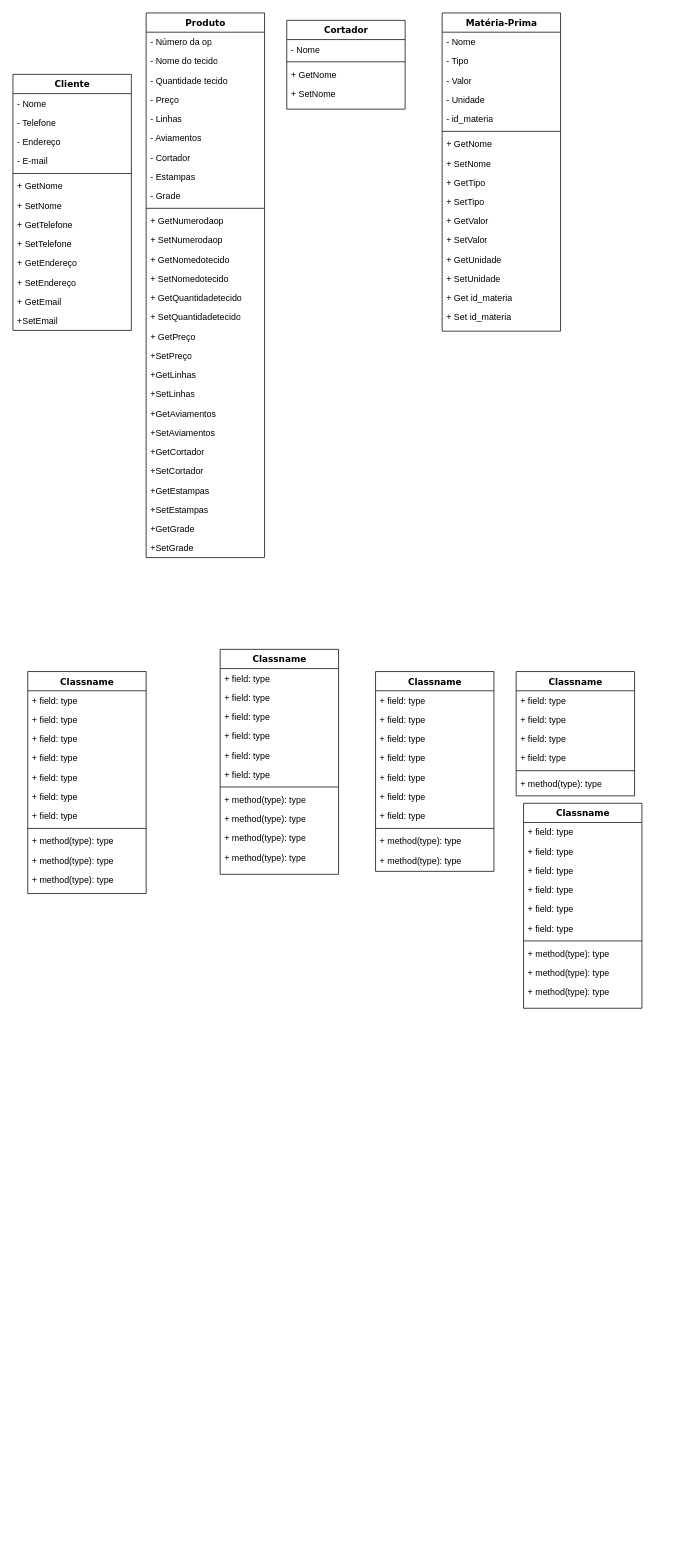
Earlier version of the draw.io diagram Diagramadeclasse.drawio (kmarmc/Doc). Source tidied: cells renumbered, new cells numbered last; positions are measured from the earlier drawing's top-left corner, leaving out a move shared by most shapes. Both pictures are drawn from the tidied source at 74%, with x=0, y=0 at pixel (13, 13).
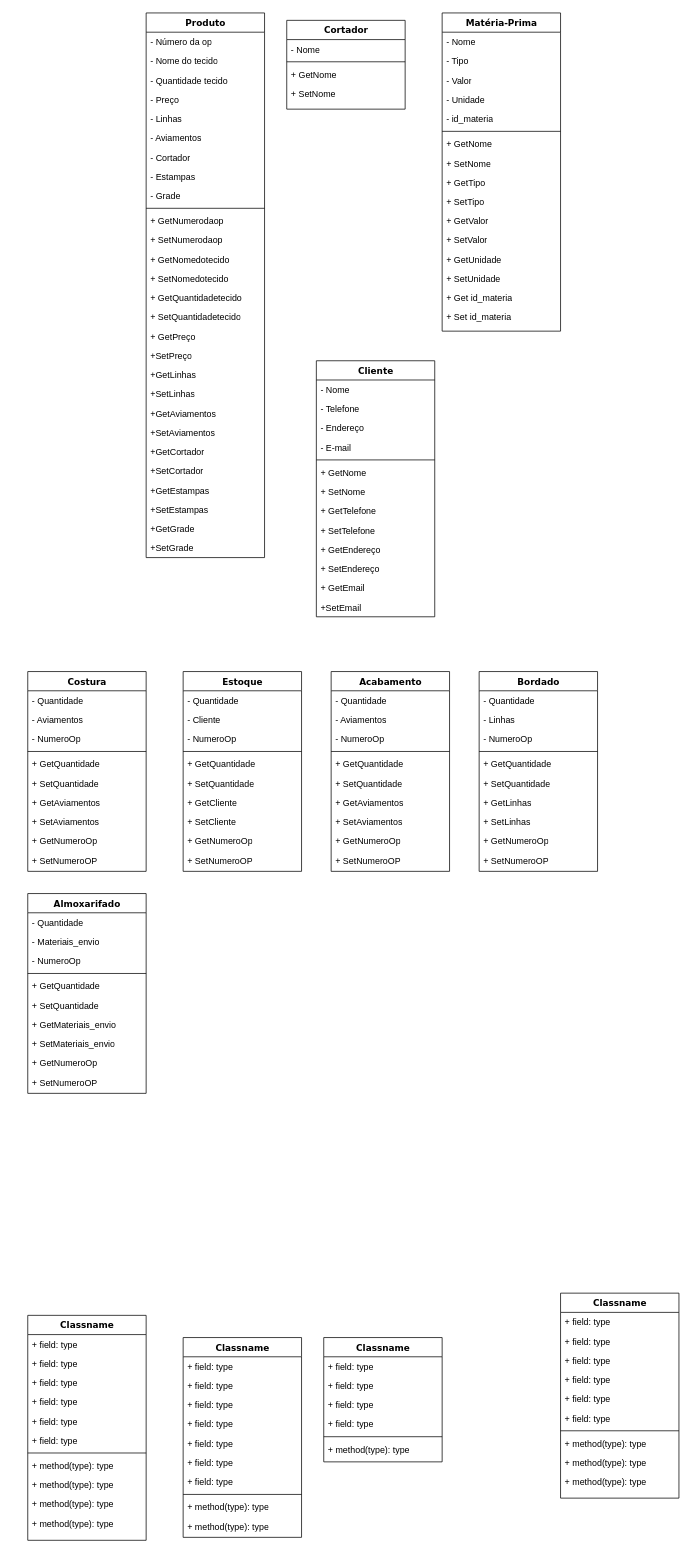
After the change.

Diff of the diagram source:
```diff
@@
     <mxCell id="2" value="Cliente" style="swimlane;html=1;fontStyle=1;align=center;verticalAlign=top;horizontal=1;startSize=26;swimlaneFillColor=#ffffff;rounded=0;shadow=0;comic=0;labelBackgroundColor=none;strokeWidth=1;fillColor=none;fontFamily=Verdana;fontSize=12;" parent="1" vertex="1">
-      <mxGeometry y="83" width="160" height="346" as="geometry" />
+      <mxGeometry x="410" y="470" width="160" height="346" as="geometry" />
     </mxCell>
@@
     <mxCell id="16" value="Classname" style="swimlane;html=1;fontStyle=1;align=center;verticalAlign=top;horizontal=1;startSize=26;swimlaneFillColor=#ffffff;rounded=0;shadow=0;comic=0;labelBackgroundColor=none;strokeWidth=1;fillColor=none;fontFamily=Verdana;fontSize=12;" parent="1" vertex="1">
-      <mxGeometry x="690" y="1068" width="160" height="277" as="geometry" />
+      <mxGeometry x="740" y="1730" width="160" height="277" as="geometry" />
     </mxCell>
@@
-    <mxCell id="44" value="Classname" style="swimlane;html=1;fontStyle=1;align=center;verticalAlign=top;horizontal=1;startSize=26;swimlaneFillColor=#ffffff;rounded=0;shadow=0;comic=0;labelBackgroundColor=none;strokeWidth=1;fillColor=none;fontFamily=Verdana;fontSize=12;" parent="1" vertex="1">
-      <mxGeometry x="20" y="890" width="160" height="300" as="geometry" />
+    <mxCell id="44" value="Costura" style="swimlane;html=1;fontStyle=1;align=center;verticalAlign=top;horizontal=1;startSize=26;swimlaneFillColor=#ffffff;rounded=0;shadow=0;comic=0;labelBackgroundColor=none;strokeWidth=1;fillColor=none;fontFamily=Verdana;fontSize=12;" parent="1" vertex="1">
+      <mxGeometry x="20" y="890" width="160" height="270" as="geometry" />
     </mxCell>
-    <mxCell id="45" value="+ field: type" style="text;html=1;strokeColor=none;fillColor=none;align=left;verticalAlign=top;spacingLeft=4;spacingRight=4;whiteSpace=wrap;overflow=hidden;" parent="44" vertex="1">
+    <mxCell id="45" value="- Quantidade" style="text;html=1;strokeColor=none;fillColor=none;align=left;verticalAlign=top;spacingLeft=4;spacingRight=4;whiteSpace=wrap;overflow=hidden;" parent="44" vertex="1">
       <mxGeometry y="26" width="160" height="26" as="geometry" />
     </mxCell>
-    <mxCell id="46" value="+ field: type" style="text;html=1;strokeColor=none;fillColor=none;align=left;verticalAlign=top;spacingLeft=4;spacingRight=4;whiteSpace=wrap;overflow=hidden;" parent="44" vertex="1">
+    <mxCell id="46" value="- Aviamentos" style="text;html=1;strokeColor=none;fillColor=none;align=left;verticalAlign=top;spacingLeft=4;spacingRight=4;whiteSpace=wrap;overflow=hidden;" parent="44" vertex="1">
       <mxGeometry y="52" width="160" height="26" as="geometry" />
     </mxCell>
-    <mxCell id="47" value="+ field: type" style="text;html=1;strokeColor=none;fillColor=none;align=left;verticalAlign=top;spacingLeft=4;spacingRight=4;whiteSpace=wrap;overflow=hidden;" parent="44" vertex="1">
+    <mxCell id="47" value="- NumeroOp" style="text;html=1;strokeColor=none;fillColor=none;align=left;verticalAlign=top;spacingLeft=4;spacingRight=4;whiteSpace=wrap;overflow=hidden;" parent="44" vertex="1">
       <mxGeometry y="78" width="160" height="26" as="geometry" />
     </mxCell>
-    <mxCell id="48" value="+ field: type" style="text;html=1;strokeColor=none;fillColor=none;align=left;verticalAlign=top;spacingLeft=4;spacingRight=4;whiteSpace=wrap;overflow=hidden;" parent="44" vertex="1">
-      <mxGeometry y="104" width="160" height="26" as="geometry" />
-    </mxCell>
-    <mxCell id="49" value="+ field: type" style="text;html=1;strokeColor=none;fillColor=none;align=left;verticalAlign=top;spacingLeft=4;spacingRight=4;whiteSpace=wrap;overflow=hidden;" parent="44" vertex="1">
-      <mxGeometry y="130" width="160" height="26" as="geometry" />
-    </mxCell>
-    <mxCell id="50" value="+ field: type" style="text;html=1;strokeColor=none;fillColor=none;align=left;verticalAlign=top;spacingLeft=4;spacingRight=4;whiteSpace=wrap;overflow=hidden;" parent="44" vertex="1">
-      <mxGeometry y="156" width="160" height="26" as="geometry" />
-    </mxCell>
-    <mxCell id="51" value="+ field: type" style="text;html=1;strokeColor=none;fillColor=none;align=left;verticalAlign=top;spacingLeft=4;spacingRight=4;whiteSpace=wrap;overflow=hidden;" parent="44" vertex="1">
-      <mxGeometry y="182" width="160" height="26" as="geometry" />
-    </mxCell>
     <mxCell id="52" style="line;html=1;strokeWidth=1;fillColor=none;align=left;verticalAlign=middle;spacingTop=-1;spacingLeft=3;spacingRight=3;labelPosition=right;" parent="44" vertex="1">
-      <mxGeometry y="208" width="160" height="8" as="geometry" />
+      <mxGeometry y="104" width="160" height="8" as="geometry" />
     </mxCell>
-    <mxCell id="53" value="+ method(type): type" style="text;html=1;strokeColor=none;fillColor=none;align=left;verticalAlign=top;spacingLeft=4;spacingRight=4;whiteSpace=wrap;overflow=hidden;" parent="44" vertex="1">
-      <mxGeometry y="216" width="160" height="26" as="geometry" />
+    <mxCell id="53" value="+ GetQuantidade" style="text;html=1;strokeColor=none;fillColor=none;align=left;verticalAlign=top;spacingLeft=4;spacingRight=4;whiteSpace=wrap;overflow=hidden;" parent="44" vertex="1">
+      <mxGeometry y="112" width="160" height="26" as="geometry" />
     </mxCell>
-    <mxCell id="54" value="+ method(type): type" style="text;html=1;strokeColor=none;fillColor=none;align=left;verticalAlign=top;spacingLeft=4;spacingRight=4;whiteSpace=wrap;overflow=hidden;" parent="44" vertex="1">
-      <mxGeometry y="242" width="160" height="26" as="geometry" />
+    <mxCell id="54" value="+ SetQuantidade" style="text;html=1;strokeColor=none;fillColor=none;align=left;verticalAlign=top;spacingLeft=4;spacingRight=4;whiteSpace=wrap;overflow=hidden;" parent="44" vertex="1">
+      <mxGeometry y="138" width="160" height="26" as="geometry" />
     </mxCell>
+    <mxCell id="50" value="+ GetAviamentos" style="text;html=1;strokeColor=none;fillColor=none;align=left;verticalAlign=top;spacingLeft=4;spacingRight=4;whiteSpace=wrap;overflow=hidden;" parent="44" vertex="1">
+      <mxGeometry y="164" width="160" height="26" as="geometry" />
+    </mxCell>
+    <mxCell id="49" value="+ SetAviamentos" style="text;html=1;strokeColor=none;fillColor=none;align=left;verticalAlign=top;spacingLeft=4;spacingRight=4;whiteSpace=wrap;overflow=hidden;" parent="44" vertex="1">
+      <mxGeometry y="190" width="160" height="26" as="geometry" />
+    </mxCell>
+    <mxCell id="48" value="+ GetNumeroOp" style="text;html=1;strokeColor=none;fillColor=none;align=left;verticalAlign=top;spacingLeft=4;spacingRight=4;whiteSpace=wrap;overflow=hidden;" parent="44" vertex="1">
+      <mxGeometry y="216" width="160" height="26" as="geometry" />
+    </mxCell>
-    <mxCell id="55" value="+ method(type): type" style="text;html=1;strokeColor=none;fillColor=none;align=left;verticalAlign=top;spacingLeft=4;spacingRight=4;whiteSpace=wrap;overflow=hidden;" parent="44" vertex="1">
-      <mxGeometry y="268" width="160" height="26" as="geometry" />
+    <mxCell id="55" value="+ SetNumeroOP" style="text;html=1;strokeColor=none;fillColor=none;align=left;verticalAlign=top;spacingLeft=4;spacingRight=4;whiteSpace=wrap;overflow=hidden;" parent="44" vertex="1">
+      <mxGeometry y="242" width="160" height="26" as="geometry" />
     </mxCell>
     <mxCell id="56" value="Classname" style="swimlane;html=1;fontStyle=1;align=center;verticalAlign=top;horizontal=1;startSize=26;swimlaneFillColor=#ffffff;rounded=0;shadow=0;comic=0;labelBackgroundColor=none;strokeWidth=1;fillColor=none;fontFamily=Verdana;fontSize=12;" parent="1" vertex="1">
-      <mxGeometry x="280" y="860" width="160" height="304" as="geometry" />
+      <mxGeometry x="20" y="1760" width="160" height="304" as="geometry" />
     </mxCell>
@@
     <mxCell id="68" value="Classname" style="swimlane;html=1;fontStyle=1;align=center;verticalAlign=top;horizontal=1;startSize=26;swimlaneFillColor=#ffffff;rounded=0;shadow=0;comic=0;labelBackgroundColor=none;strokeWidth=1;fillColor=none;fontFamily=Verdana;fontSize=12;" parent="1" vertex="1">
-      <mxGeometry x="490" y="890" width="160" height="270" as="geometry" />
+      <mxGeometry x="230" y="1790" width="160" height="270" as="geometry" />
     </mxCell>
@@
     <mxCell id="79" value="Classname" style="swimlane;html=1;fontStyle=1;align=center;verticalAlign=top;horizontal=1;startSize=26;swimlaneFillColor=#ffffff;rounded=0;shadow=0;comic=0;labelBackgroundColor=none;strokeWidth=1;fillColor=none;fontFamily=Verdana;fontSize=12;" parent="1" vertex="1">
-      <mxGeometry x="680" y="890" width="160" height="168" as="geometry" />
+      <mxGeometry x="420" y="1790" width="160" height="168" as="geometry" />
     </mxCell>
@@
+    <mxCell id="120" value="Estoque" style="swimlane;html=1;fontStyle=1;align=center;verticalAlign=top;horizontal=1;startSize=26;swimlaneFillColor=#ffffff;rounded=0;shadow=0;comic=0;labelBackgroundColor=none;strokeWidth=1;fillColor=none;fontFamily=Verdana;fontSize=12;" parent="1" vertex="1">
+      <mxGeometry x="230" y="890" width="160" height="270" as="geometry" />
+    </mxCell>
+    <mxCell id="121" value="- Quantidade" style="text;html=1;strokeColor=none;fillColor=none;align=left;verticalAlign=top;spacingLeft=4;spacingRight=4;whiteSpace=wrap;overflow=hidden;" parent="120" vertex="1">
+      <mxGeometry y="26" width="160" height="26" as="geometry" />
+    </mxCell>
+    <mxCell id="122" value="- Cliente" style="text;html=1;strokeColor=none;fillColor=none;align=left;verticalAlign=top;spacingLeft=4;spacingRight=4;whiteSpace=wrap;overflow=hidden;" parent="120" vertex="1">
+      <mxGeometry y="52" width="160" height="26" as="geometry" />
+    </mxCell>
+    <mxCell id="123" value="- NumeroOp" style="text;html=1;strokeColor=none;fillColor=none;align=left;verticalAlign=top;spacingLeft=4;spacingRight=4;whiteSpace=wrap;overflow=hidden;" parent="120" vertex="1">
+      <mxGeometry y="78" width="160" height="26" as="geometry" />
+    </mxCell>
+    <mxCell id="124" style="line;html=1;strokeWidth=1;fillColor=none;align=left;verticalAlign=middle;spacingTop=-1;spacingLeft=3;spacingRight=3;labelPosition=right;" parent="120" vertex="1">
+      <mxGeometry y="104" width="160" height="8" as="geometry" />
+    </mxCell>
+    <mxCell id="125" value="+ GetQuantidade" style="text;html=1;strokeColor=none;fillColor=none;align=left;verticalAlign=top;spacingLeft=4;spacingRight=4;whiteSpace=wrap;overflow=hidden;" parent="120" vertex="1">
+      <mxGeometry y="112" width="160" height="26" as="geometry" />
+    </mxCell>
+    <mxCell id="126" value="+ SetQuantidade" style="text;html=1;strokeColor=none;fillColor=none;align=left;verticalAlign=top;spacingLeft=4;spacingRight=4;whiteSpace=wrap;overflow=hidden;" parent="120" vertex="1">
+      <mxGeometry y="138" width="160" height="26" as="geometry" />
+    </mxCell>
+    <mxCell id="127" value="+ GetCliente" style="text;html=1;strokeColor=none;fillColor=none;align=left;verticalAlign=top;spacingLeft=4;spacingRight=4;whiteSpace=wrap;overflow=hidden;" parent="120" vertex="1">
+      <mxGeometry y="164" width="160" height="26" as="geometry" />
+    </mxCell>
+    <mxCell id="128" value="+ SetCliente" style="text;html=1;strokeColor=none;fillColor=none;align=left;verticalAlign=top;spacingLeft=4;spacingRight=4;whiteSpace=wrap;overflow=hidden;" parent="120" vertex="1">
+      <mxGeometry y="190" width="160" height="26" as="geometry" />
+    </mxCell>
+    <mxCell id="129" value="+ GetNumeroOp" style="text;html=1;strokeColor=none;fillColor=none;align=left;verticalAlign=top;spacingLeft=4;spacingRight=4;whiteSpace=wrap;overflow=hidden;" parent="120" vertex="1">
+      <mxGeometry y="216" width="160" height="26" as="geometry" />
+    </mxCell>
+    <mxCell id="130" value="+ SetNumeroOP" style="text;html=1;strokeColor=none;fillColor=none;align=left;verticalAlign=top;spacingLeft=4;spacingRight=4;whiteSpace=wrap;overflow=hidden;" parent="120" vertex="1">
+      <mxGeometry y="242" width="160" height="26" as="geometry" />
+    </mxCell>
+    <mxCell id="131" value="Acabamento" style="swimlane;html=1;fontStyle=1;align=center;verticalAlign=top;horizontal=1;startSize=26;swimlaneFillColor=#ffffff;rounded=0;shadow=0;comic=0;labelBackgroundColor=none;strokeWidth=1;fillColor=none;fontFamily=Verdana;fontSize=12;" parent="1" vertex="1">
+      <mxGeometry x="430" y="890" width="160" height="270" as="geometry" />
+    </mxCell>
+    <mxCell id="132" value="- Quantidade" style="text;html=1;strokeColor=none;fillColor=none;align=left;verticalAlign=top;spacingLeft=4;spacingRight=4;whiteSpace=wrap;overflow=hidden;" parent="131" vertex="1">
+      <mxGeometry y="26" width="160" height="26" as="geometry" />
+    </mxCell>
+    <mxCell id="133" value="- Aviamentos" style="text;html=1;strokeColor=none;fillColor=none;align=left;verticalAlign=top;spacingLeft=4;spacingRight=4;whiteSpace=wrap;overflow=hidden;" parent="131" vertex="1">
+      <mxGeometry y="52" width="160" height="26" as="geometry" />
+    </mxCell>
+    <mxCell id="134" value="- NumeroOp" style="text;html=1;strokeColor=none;fillColor=none;align=left;verticalAlign=top;spacingLeft=4;spacingRight=4;whiteSpace=wrap;overflow=hidden;" parent="131" vertex="1">
+      <mxGeometry y="78" width="160" height="26" as="geometry" />
+    </mxCell>
+    <mxCell id="135" style="line;html=1;strokeWidth=1;fillColor=none;align=left;verticalAlign=middle;spacingTop=-1;spacingLeft=3;spacingRight=3;labelPosition=right;" parent="131" vertex="1">
+      <mxGeometry y="104" width="160" height="8" as="geometry" />
+    </mxCell>
+    <mxCell id="136" value="+ GetQuantidade" style="text;html=1;strokeColor=none;fillColor=none;align=left;verticalAlign=top;spacingLeft=4;spacingRight=4;whiteSpace=wrap;overflow=hidden;" parent="131" vertex="1">
+      <mxGeometry y="112" width="160" height="26" as="geometry" />
+    </mxCell>
+    <mxCell id="137" value="+ SetQuantidade" style="text;html=1;strokeColor=none;fillColor=none;align=left;verticalAlign=top;spacingLeft=4;spacingRight=4;whiteSpace=wrap;overflow=hidden;" parent="131" vertex="1">
+      <mxGeometry y="138" width="160" height="26" as="geometry" />
+    </mxCell>
+    <mxCell id="138" value="+ GetAviamentos" style="text;html=1;strokeColor=none;fillColor=none;align=left;verticalAlign=top;spacingLeft=4;spacingRight=4;whiteSpace=wrap;overflow=hidden;" parent="131" vertex="1">
+      <mxGeometry y="164" width="160" height="26" as="geometry" />
+    </mxCell>
+    <mxCell id="139" value="+ SetAviamentos" style="text;html=1;strokeColor=none;fillColor=none;align=left;verticalAlign=top;spacingLeft=4;spacingRight=4;whiteSpace=wrap;overflow=hidden;" parent="131" vertex="1">
+      <mxGeometry y="190" width="160" height="26" as="geometry" />
+    </mxCell>
+    <mxCell id="140" value="+ GetNumeroOp" style="text;html=1;strokeColor=none;fillColor=none;align=left;verticalAlign=top;spacingLeft=4;spacingRight=4;whiteSpace=wrap;overflow=hidden;" parent="131" vertex="1">
+      <mxGeometry y="216" width="160" height="26" as="geometry" />
+    </mxCell>
+    <mxCell id="141" value="+ SetNumeroOP" style="text;html=1;strokeColor=none;fillColor=none;align=left;verticalAlign=top;spacingLeft=4;spacingRight=4;whiteSpace=wrap;overflow=hidden;" parent="131" vertex="1">
+      <mxGeometry y="242" width="160" height="26" as="geometry" />
+    </mxCell>
+    <mxCell id="142" value="Bordado" style="swimlane;html=1;fontStyle=1;align=center;verticalAlign=top;horizontal=1;startSize=26;swimlaneFillColor=#ffffff;rounded=0;shadow=0;comic=0;labelBackgroundColor=none;strokeWidth=1;fillColor=none;fontFamily=Verdana;fontSize=12;" parent="1" vertex="1">
+      <mxGeometry x="630" y="890" width="160" height="270" as="geometry" />
+    </mxCell>
+    <mxCell id="143" value="- Quantidade" style="text;html=1;strokeColor=none;fillColor=none;align=left;verticalAlign=top;spacingLeft=4;spacingRight=4;whiteSpace=wrap;overflow=hidden;" parent="142" vertex="1">
+      <mxGeometry y="26" width="160" height="26" as="geometry" />
+    </mxCell>
+    <mxCell id="144" value="- Linhas" style="text;html=1;strokeColor=none;fillColor=none;align=left;verticalAlign=top;spacingLeft=4;spacingRight=4;whiteSpace=wrap;overflow=hidden;" parent="142" vertex="1">
+      <mxGeometry y="52" width="160" height="26" as="geometry" />
+    </mxCell>
+    <mxCell id="145" value="- NumeroOp" style="text;html=1;strokeColor=none;fillColor=none;align=left;verticalAlign=top;spacingLeft=4;spacingRight=4;whiteSpace=wrap;overflow=hidden;" parent="142" vertex="1">
+      <mxGeometry y="78" width="160" height="26" as="geometry" />
+    </mxCell>
+    <mxCell id="146" style="line;html=1;strokeWidth=1;fillColor=none;align=left;verticalAlign=middle;spacingTop=-1;spacingLeft=3;spacingRight=3;labelPosition=right;" parent="142" vertex="1">
+      <mxGeometry y="104" width="160" height="8" as="geometry" />
+    </mxCell>
+    <mxCell id="147" value="+ GetQuantidade" style="text;html=1;strokeColor=none;fillColor=none;align=left;verticalAlign=top;spacingLeft=4;spacingRight=4;whiteSpace=wrap;overflow=hidden;" parent="142" vertex="1">
+      <mxGeometry y="112" width="160" height="26" as="geometry" />
+    </mxCell>
+    <mxCell id="148" value="+ SetQuantidade" style="text;html=1;strokeColor=none;fillColor=none;align=left;verticalAlign=top;spacingLeft=4;spacingRight=4;whiteSpace=wrap;overflow=hidden;" parent="142" vertex="1">
+      <mxGeometry y="138" width="160" height="26" as="geometry" />
+    </mxCell>
+    <mxCell id="149" value="+ GetLinhas" style="text;html=1;strokeColor=none;fillColor=none;align=left;verticalAlign=top;spacingLeft=4;spacingRight=4;whiteSpace=wrap;overflow=hidden;" parent="142" vertex="1">
+      <mxGeometry y="164" width="160" height="26" as="geometry" />
+    </mxCell>
+    <mxCell id="150" value="+ SetLinhas" style="text;html=1;strokeColor=none;fillColor=none;align=left;verticalAlign=top;spacingLeft=4;spacingRight=4;whiteSpace=wrap;overflow=hidden;" parent="142" vertex="1">
+      <mxGeometry y="190" width="160" height="26" as="geometry" />
+    </mxCell>
+    <mxCell id="151" value="+ GetNumeroOp" style="text;html=1;strokeColor=none;fillColor=none;align=left;verticalAlign=top;spacingLeft=4;spacingRight=4;whiteSpace=wrap;overflow=hidden;" parent="142" vertex="1">
+      <mxGeometry y="216" width="160" height="26" as="geometry" />
+    </mxCell>
+    <mxCell id="152" value="+ SetNumeroOP" style="text;html=1;strokeColor=none;fillColor=none;align=left;verticalAlign=top;spacingLeft=4;spacingRight=4;whiteSpace=wrap;overflow=hidden;" parent="142" vertex="1">
+      <mxGeometry y="242" width="160" height="26" as="geometry" />
+    </mxCell>
+    <mxCell id="153" value="Almoxarifado" style="swimlane;html=1;fontStyle=1;align=center;verticalAlign=top;horizontal=1;startSize=26;swimlaneFillColor=#ffffff;rounded=0;shadow=0;comic=0;labelBackgroundColor=none;strokeWidth=1;fillColor=none;fontFamily=Verdana;fontSize=12;" parent="1" vertex="1">
+      <mxGeometry x="20" y="1190" width="160" height="270" as="geometry" />
+    </mxCell>
+    <mxCell id="154" value="- Quantidade" style="text;html=1;strokeColor=none;fillColor=none;align=left;verticalAlign=top;spacingLeft=4;spacingRight=4;whiteSpace=wrap;overflow=hidden;" parent="153" vertex="1">
+      <mxGeometry y="26" width="160" height="26" as="geometry" />
+    </mxCell>
+    <mxCell id="155" value="- Materiais_envio" style="text;html=1;strokeColor=none;fillColor=none;align=left;verticalAlign=top;spacingLeft=4;spacingRight=4;whiteSpace=wrap;overflow=hidden;" parent="153" vertex="1">
+      <mxGeometry y="52" width="160" height="26" as="geometry" />
+    </mxCell>
+    <mxCell id="156" value="- NumeroOp" style="text;html=1;strokeColor=none;fillColor=none;align=left;verticalAlign=top;spacingLeft=4;spacingRight=4;whiteSpace=wrap;overflow=hidden;" parent="153" vertex="1">
+      <mxGeometry y="78" width="160" height="26" as="geometry" />
+    </mxCell>
+    <mxCell id="157" style="line;html=1;strokeWidth=1;fillColor=none;align=left;verticalAlign=middle;spacingTop=-1;spacingLeft=3;spacingRight=3;labelPosition=right;" parent="153" vertex="1">
+      <mxGeometry y="104" width="160" height="8" as="geometry" />
+    </mxCell>
+    <mxCell id="158" value="+ GetQuantidade" style="text;html=1;strokeColor=none;fillColor=none;align=left;verticalAlign=top;spacingLeft=4;spacingRight=4;whiteSpace=wrap;overflow=hidden;" parent="153" vertex="1">
+      <mxGeometry y="112" width="160" height="26" as="geometry" />
+    </mxCell>
+    <mxCell id="159" value="+ SetQuantidade" style="text;html=1;strokeColor=none;fillColor=none;align=left;verticalAlign=top;spacingLeft=4;spacingRight=4;whiteSpace=wrap;overflow=hidden;" parent="153" vertex="1">
+      <mxGeometry y="138" width="160" height="26" as="geometry" />
+    </mxCell>
+    <mxCell id="160" value="+ GetMateriais_envio" style="text;html=1;strokeColor=none;fillColor=none;align=left;verticalAlign=top;spacingLeft=4;spacingRight=4;whiteSpace=wrap;overflow=hidden;" parent="153" vertex="1">
+      <mxGeometry y="164" width="160" height="26" as="geometry" />
+    </mxCell>
+    <mxCell id="161" value="+ SetMateriais_envio" style="text;html=1;strokeColor=none;fillColor=none;align=left;verticalAlign=top;spacingLeft=4;spacingRight=4;whiteSpace=wrap;overflow=hidden;" parent="153" vertex="1">
+      <mxGeometry y="190" width="160" height="26" as="geometry" />
+    </mxCell>
+    <mxCell id="162" value="+ GetNumeroOp" style="text;html=1;strokeColor=none;fillColor=none;align=left;verticalAlign=top;spacingLeft=4;spacingRight=4;whiteSpace=wrap;overflow=hidden;" parent="153" vertex="1">
+      <mxGeometry y="216" width="160" height="26" as="geometry" />
+    </mxCell>
+    <mxCell id="163" value="+ SetNumeroOP" style="text;html=1;strokeColor=none;fillColor=none;align=left;verticalAlign=top;spacingLeft=4;spacingRight=4;whiteSpace=wrap;overflow=hidden;" parent="153" vertex="1">
+      <mxGeometry y="242" width="160" height="26" as="geometry" />
+    </mxCell>
```
